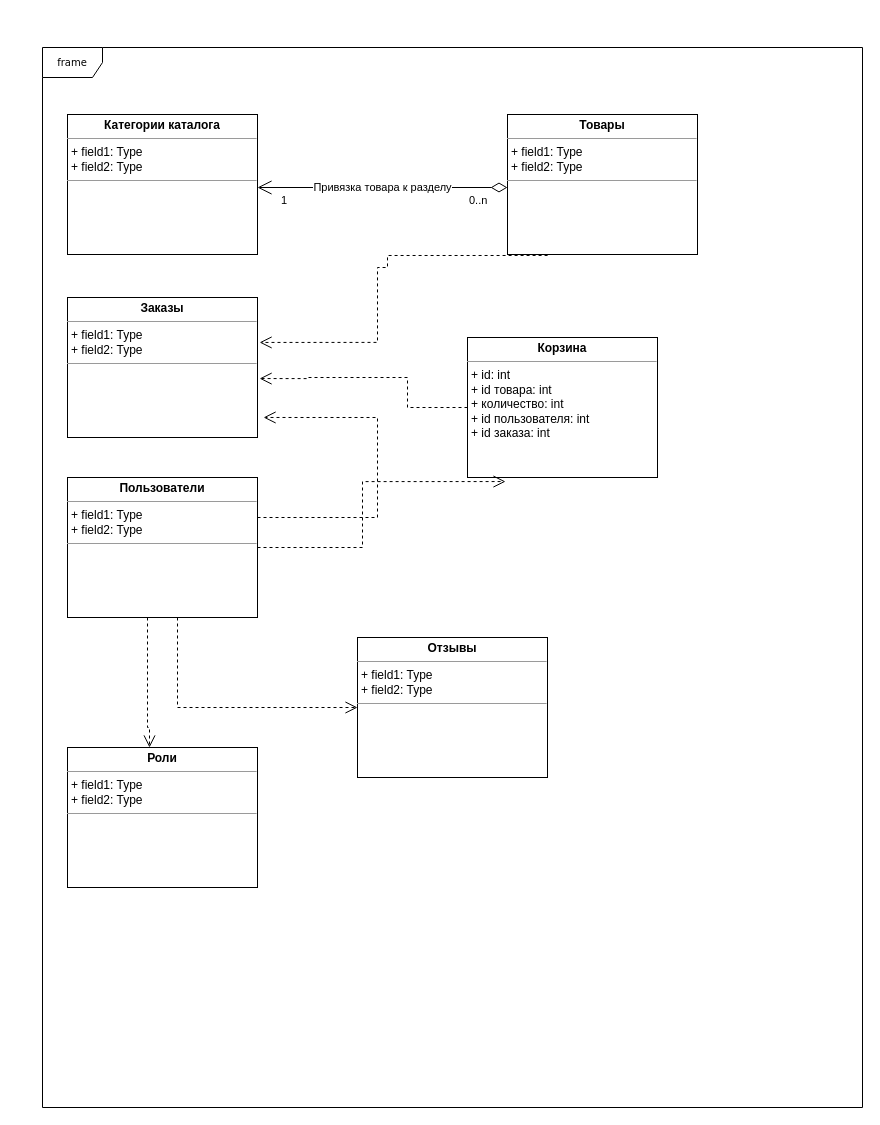
The draw.io diagram Диаграмма без названия.drawio in tanika135/batman, before the edit. Source tidied: cells renumbered, new cells numbered last; positions are measured from the earlier drawing's top-left corner, leaving out a move shared by most shapes. Both pictures are drawn from the tidied source at 100%, with x=0, y=0 at pixel (42, 47).
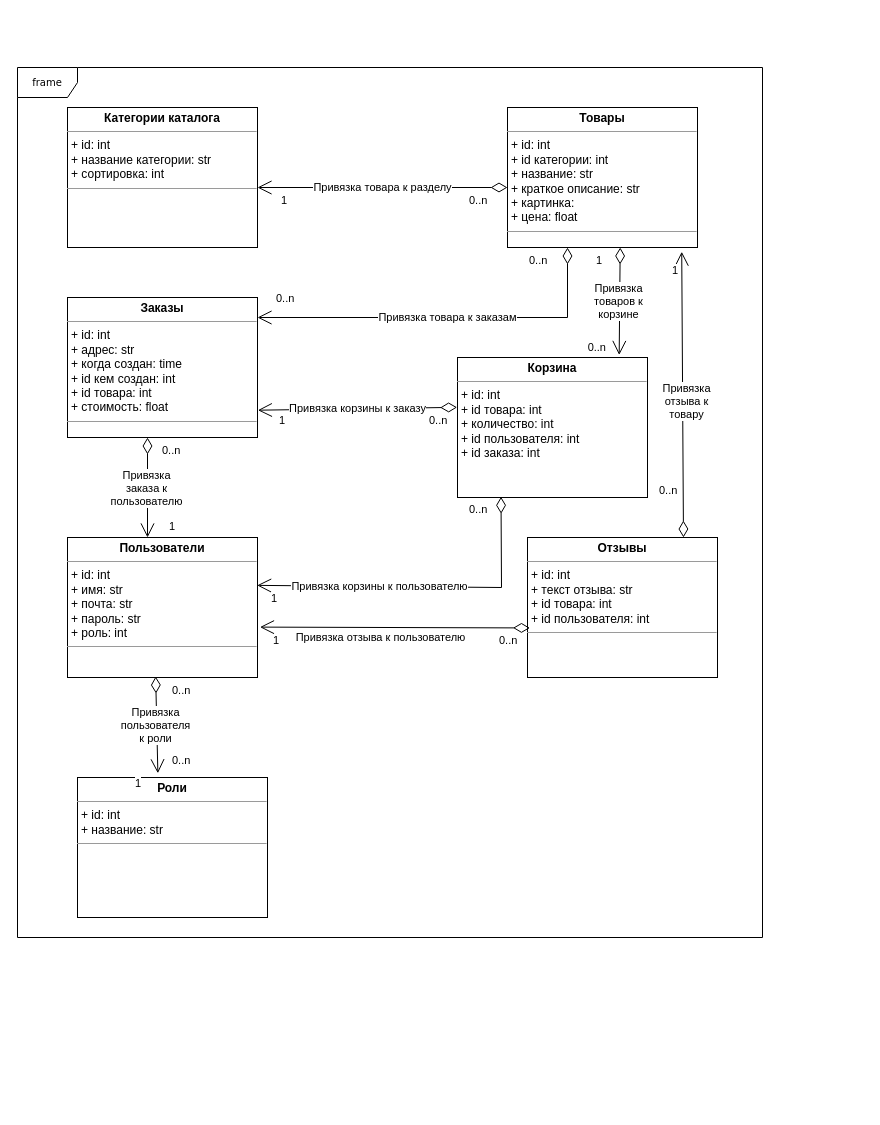
The same page after the edit.

Change to the diagram source:
```diff
@@
     <mxCell id="2" value="frame" style="shape=umlFrame;whiteSpace=wrap;html=1;rounded=0;shadow=0;comic=0;labelBackgroundColor=none;strokeWidth=1;fontFamily=Verdana;fontSize=10;align=center;" parent="1" vertex="1">
-      <mxGeometry width="820" height="1060" as="geometry" />
+      <mxGeometry x="-25" y="20" width="745" height="870" as="geometry" />
     </mxCell>
-    <mxCell id="3" value="&lt;p style=&quot;margin:0px;margin-top:4px;text-align:center;&quot;&gt;&lt;b&gt;Роли&lt;/b&gt;&lt;/p&gt;&lt;hr size=&quot;1&quot;&gt;&lt;p style=&quot;margin:0px;margin-left:4px;&quot;&gt;+ field1: Type&lt;br&gt;+ field2: Type&lt;/p&gt;&lt;hr size=&quot;1&quot;&gt;&lt;p style=&quot;margin:0px;margin-left:4px;&quot;&gt;&lt;br&gt;&lt;/p&gt;" style="verticalAlign=top;align=left;overflow=fill;fontSize=12;fontFamily=Helvetica;html=1;rounded=0;shadow=0;comic=0;labelBackgroundColor=none;strokeWidth=1;" parent="1" vertex="1">
-      <mxGeometry x="25" y="700" width="190" height="140" as="geometry" />
+    <mxCell id="3" value="&lt;p style=&quot;margin:0px;margin-top:4px;text-align:center;&quot;&gt;&lt;b&gt;Роли&lt;/b&gt;&lt;/p&gt;&lt;hr size=&quot;1&quot;&gt;&lt;p style=&quot;margin:0px;margin-left:4px;&quot;&gt;+&amp;nbsp;id: int&lt;br&gt;+ название: str&lt;/p&gt;&lt;hr size=&quot;1&quot;&gt;&lt;p style=&quot;margin:0px;margin-left:4px;&quot;&gt;&lt;br&gt;&lt;/p&gt;" style="verticalAlign=top;align=left;overflow=fill;fontSize=12;fontFamily=Helvetica;html=1;rounded=0;shadow=0;comic=0;labelBackgroundColor=none;strokeWidth=1;" parent="1" vertex="1">
+      <mxGeometry x="35" y="730" width="190" height="140" as="geometry" />
     </mxCell>
-    <mxCell id="4" value="&lt;p style=&quot;margin:0px;margin-top:4px;text-align:center;&quot;&gt;&lt;b&gt;Отзывы&lt;/b&gt;&lt;/p&gt;&lt;hr size=&quot;1&quot;&gt;&lt;p style=&quot;margin:0px;margin-left:4px;&quot;&gt;+ field1: Type&lt;br&gt;+ field2: Type&lt;/p&gt;&lt;hr size=&quot;1&quot;&gt;&lt;p style=&quot;margin:0px;margin-left:4px;&quot;&gt;&lt;br&gt;&lt;/p&gt;" style="verticalAlign=top;align=left;overflow=fill;fontSize=12;fontFamily=Helvetica;html=1;rounded=0;shadow=0;comic=0;labelBackgroundColor=none;strokeWidth=1;" parent="1" vertex="1">
-      <mxGeometry x="315" y="590" width="190" height="140" as="geometry" />
+    <mxCell id="4" value="&lt;p style=&quot;margin:0px;margin-top:4px;text-align:center;&quot;&gt;&lt;b&gt;Отзывы&lt;/b&gt;&lt;/p&gt;&lt;hr size=&quot;1&quot;&gt;&lt;p style=&quot;margin:0px;margin-left:4px;&quot;&gt;+&amp;nbsp;id: int&lt;br&gt;+ текст отзыва: str&lt;/p&gt;&lt;p style=&quot;margin:0px;margin-left:4px;&quot;&gt;+ id товара: int&lt;/p&gt;&lt;p style=&quot;margin:0px;margin-left:4px;&quot;&gt;+ id пользователя: int&lt;/p&gt;&lt;hr size=&quot;1&quot;&gt;&lt;p style=&quot;margin:0px;margin-left:4px;&quot;&gt;&lt;br&gt;&lt;/p&gt;" style="verticalAlign=top;align=left;overflow=fill;fontSize=12;fontFamily=Helvetica;html=1;rounded=0;shadow=0;comic=0;labelBackgroundColor=none;strokeWidth=1;" parent="1" vertex="1">
+      <mxGeometry x="485" y="490" width="190" height="140" as="geometry" />
     </mxCell>
     <mxCell id="5" value="&lt;p style=&quot;margin:0px;margin-top:4px;text-align:center;&quot;&gt;&lt;b style=&quot;background-color: initial;&quot;&gt;Корзина&lt;/b&gt;&lt;br&gt;&lt;/p&gt;&lt;hr size=&quot;1&quot;&gt;&lt;p style=&quot;margin:0px;margin-left:4px;&quot;&gt;+&amp;nbsp;&lt;span style=&quot;background-color: initial;&quot;&gt;id: int&lt;/span&gt;&lt;/p&gt;&lt;p style=&quot;margin:0px;margin-left:4px;&quot;&gt;+&amp;nbsp;id товара: int&lt;/p&gt;&lt;p style=&quot;margin:0px;margin-left:4px;&quot;&gt;+ количество: int&lt;/p&gt;&lt;p style=&quot;margin:0px;margin-left:4px;&quot;&gt;+ id пользователя: int&lt;/p&gt;&lt;p style=&quot;margin:0px;margin-left:4px;&quot;&gt;+ id заказа: int&lt;/p&gt;" style="verticalAlign=top;align=left;overflow=fill;fontSize=12;fontFamily=Helvetica;html=1;rounded=0;shadow=0;comic=0;labelBackgroundColor=none;strokeWidth=1;" parent="1" vertex="1">
-      <mxGeometry x="425" y="290" width="190" height="140" as="geometry" />
+      <mxGeometry x="415" y="310" width="190" height="140" as="geometry" />
     </mxCell>
-    <mxCell id="6" value="&lt;p style=&quot;margin:0px;margin-top:4px;text-align:center;&quot;&gt;&lt;b style=&quot;background-color: initial;&quot;&gt;Категории каталога&lt;/b&gt;&lt;br&gt;&lt;/p&gt;&lt;hr size=&quot;1&quot;&gt;&lt;p style=&quot;margin:0px;margin-left:4px;&quot;&gt;+ field1: Type&lt;br&gt;+ field2: Type&lt;/p&gt;&lt;hr size=&quot;1&quot;&gt;&lt;p style=&quot;margin:0px;margin-left:4px;&quot;&gt;&lt;br&gt;&lt;/p&gt;" style="verticalAlign=top;align=left;overflow=fill;fontSize=12;fontFamily=Helvetica;html=1;rounded=0;shadow=0;comic=0;labelBackgroundColor=none;strokeWidth=1;" parent="1" vertex="1">
-      <mxGeometry x="25" y="67" width="190" height="140" as="geometry" />
+    <mxCell id="6" value="&lt;p style=&quot;margin:0px;margin-top:4px;text-align:center;&quot;&gt;&lt;b style=&quot;background-color: initial;&quot;&gt;Категории каталога&lt;/b&gt;&lt;br&gt;&lt;/p&gt;&lt;hr size=&quot;1&quot;&gt;&lt;p style=&quot;margin:0px;margin-left:4px;&quot;&gt;+&amp;nbsp;id: int&lt;br&gt;+ название категории: str&lt;/p&gt;&lt;p style=&quot;margin:0px;margin-left:4px;&quot;&gt;+ сортировка: int&lt;/p&gt;&lt;hr size=&quot;1&quot;&gt;&lt;p style=&quot;margin:0px;margin-left:4px;&quot;&gt;&lt;br&gt;&lt;/p&gt;" style="verticalAlign=top;align=left;overflow=fill;fontSize=12;fontFamily=Helvetica;html=1;rounded=0;shadow=0;comic=0;labelBackgroundColor=none;strokeWidth=1;" parent="1" vertex="1">
+      <mxGeometry x="25" y="60" width="190" height="140" as="geometry" />
     </mxCell>
-    <mxCell id="7" style="edgeStyle=orthogonalEdgeStyle;rounded=0;html=1;dashed=1;labelBackgroundColor=none;startFill=0;endArrow=open;endFill=0;endSize=10;fontFamily=Verdana;fontSize=10;exitX=0.211;exitY=1.007;exitDx=0;exitDy=0;exitPerimeter=0;entryX=1.011;entryY=0.321;entryDx=0;entryDy=0;entryPerimeter=0;" parent="1" edge="1" source="15" target="9">
-      <mxGeometry relative="1" as="geometry">
-        <Array as="points">
-          <mxPoint x="345" y="208" />
-          <mxPoint x="345" y="220" />
-          <mxPoint x="335" y="220" />
-          <mxPoint x="335" y="295" />
-        </Array>
-      </mxGeometry>
-    </mxCell>
-    <mxCell id="8" style="edgeStyle=orthogonalEdgeStyle;rounded=0;html=1;dashed=1;labelBackgroundColor=none;startFill=0;endArrow=open;endFill=0;endSize=10;fontFamily=Verdana;fontSize=10;entryX=1.011;entryY=0.579;entryDx=0;entryDy=0;entryPerimeter=0;exitX=0;exitY=0.5;exitDx=0;exitDy=0;" parent="1" edge="1" source="5" target="9">
-      <mxGeometry relative="1" as="geometry">
-        <Array as="points">
-          <mxPoint x="365" y="330" />
-          <mxPoint x="265" y="330" />
-          <mxPoint x="265" y="331" />
-        </Array>
-      </mxGeometry>
-    </mxCell>
-    <mxCell id="9" value="&lt;p style=&quot;margin:0px;margin-top:4px;text-align:center;&quot;&gt;&lt;b style=&quot;background-color: initial;&quot;&gt;Заказы&lt;/b&gt;&lt;br&gt;&lt;/p&gt;&lt;hr size=&quot;1&quot;&gt;&lt;p style=&quot;margin:0px;margin-left:4px;&quot;&gt;+ field1: Type&lt;br&gt;+ field2: Type&lt;/p&gt;&lt;hr size=&quot;1&quot;&gt;&lt;p style=&quot;margin:0px;margin-left:4px;&quot;&gt;&lt;br&gt;&lt;/p&gt;" style="verticalAlign=top;align=left;overflow=fill;fontSize=12;fontFamily=Helvetica;html=1;rounded=0;shadow=0;comic=0;labelBackgroundColor=none;strokeWidth=1;" parent="1" vertex="1">
+    <mxCell id="9" value="&lt;p style=&quot;margin:0px;margin-top:4px;text-align:center;&quot;&gt;&lt;b style=&quot;background-color: initial;&quot;&gt;Заказы&lt;/b&gt;&lt;br&gt;&lt;/p&gt;&lt;hr size=&quot;1&quot;&gt;&lt;p style=&quot;margin:0px;margin-left:4px;&quot;&gt;+&amp;nbsp;id: int&lt;br&gt;+ адрес: str&lt;/p&gt;&lt;p style=&quot;margin:0px;margin-left:4px;&quot;&gt;+ когда создан: time&lt;br&gt;&lt;/p&gt;&lt;p style=&quot;margin:0px;margin-left:4px;&quot;&gt;+ id кем создан: int&lt;br&gt;&lt;/p&gt;&lt;p style=&quot;margin:0px;margin-left:4px;&quot;&gt;+ id товара: int&lt;/p&gt;&lt;p style=&quot;margin:0px;margin-left:4px;&quot;&gt;+ стоимость: float&lt;/p&gt;&lt;hr size=&quot;1&quot;&gt;&lt;p style=&quot;margin:0px;margin-left:4px;&quot;&gt;&lt;br&gt;&lt;/p&gt;" style="verticalAlign=top;align=left;overflow=fill;fontSize=12;fontFamily=Helvetica;html=1;rounded=0;shadow=0;comic=0;labelBackgroundColor=none;strokeWidth=1;" parent="1" vertex="1">
       <mxGeometry x="25" y="250" width="190" height="140" as="geometry" />
     </mxCell>
-    <mxCell id="10" style="edgeStyle=orthogonalEdgeStyle;rounded=0;html=1;dashed=1;labelBackgroundColor=none;startFill=0;endArrow=open;endFill=0;endSize=10;fontFamily=Verdana;fontSize=10;entryX=1.032;entryY=0.857;entryDx=0;entryDy=0;entryPerimeter=0;" parent="1" edge="1" source="14" target="9">
-      <mxGeometry relative="1" as="geometry">
-        <Array as="points">
-          <mxPoint x="335" y="470" />
-          <mxPoint x="335" y="370" />
-        </Array>
-      </mxGeometry>
-    </mxCell>
-    <mxCell id="11" style="edgeStyle=orthogonalEdgeStyle;rounded=0;html=1;dashed=1;labelBackgroundColor=none;startFill=0;endArrow=open;endFill=0;endSize=10;fontFamily=Verdana;fontSize=10;entryX=0.2;entryY=1.029;entryDx=0;entryDy=0;entryPerimeter=0;" parent="1" edge="1" source="14" target="5">
-      <mxGeometry relative="1" as="geometry" />
-    </mxCell>
-    <mxCell id="12" style="edgeStyle=orthogonalEdgeStyle;rounded=0;html=1;dashed=1;labelBackgroundColor=none;startFill=0;endArrow=open;endFill=0;endSize=10;fontFamily=Verdana;fontSize=10;" parent="1" edge="1" source="14" target="4">
-      <mxGeometry relative="1" as="geometry">
-        <Array as="points">
-          <mxPoint x="135" y="660" />
-        </Array>
-      </mxGeometry>
-    </mxCell>
-    <mxCell id="13" style="edgeStyle=orthogonalEdgeStyle;rounded=0;html=1;dashed=1;labelBackgroundColor=none;startFill=0;endArrow=open;endFill=0;endSize=10;fontFamily=Verdana;fontSize=10;" parent="1" edge="1" source="14" target="3">
-      <mxGeometry relative="1" as="geometry">
-        <Array as="points">
-          <mxPoint x="105" y="680" />
-          <mxPoint x="107" y="680" />
-        </Array>
-      </mxGeometry>
-    </mxCell>
-    <mxCell id="14" value="&lt;p style=&quot;margin:0px;margin-top:4px;text-align:center;&quot;&gt;&lt;b&gt;Пользователи&lt;/b&gt;&lt;br&gt;&lt;/p&gt;&lt;hr size=&quot;1&quot;&gt;&lt;p style=&quot;margin:0px;margin-left:4px;&quot;&gt;+ field1: Type&lt;br&gt;+ field2: Type&lt;/p&gt;&lt;hr size=&quot;1&quot;&gt;&lt;p style=&quot;margin:0px;margin-left:4px;&quot;&gt;&lt;br&gt;&lt;/p&gt;" style="verticalAlign=top;align=left;overflow=fill;fontSize=12;fontFamily=Helvetica;html=1;rounded=0;shadow=0;comic=0;labelBackgroundColor=none;strokeWidth=1;" parent="1" vertex="1">
-      <mxGeometry x="25" y="430" width="190" height="140" as="geometry" />
+    <mxCell id="14" value="&lt;p style=&quot;margin:0px;margin-top:4px;text-align:center;&quot;&gt;&lt;b&gt;Пользователи&lt;/b&gt;&lt;br&gt;&lt;/p&gt;&lt;hr size=&quot;1&quot;&gt;&lt;p style=&quot;margin:0px;margin-left:4px;&quot;&gt;+&amp;nbsp;id: int&lt;br&gt;+ имя: str&lt;/p&gt;&lt;p style=&quot;margin:0px;margin-left:4px;&quot;&gt;+ почта: str&lt;/p&gt;&lt;p style=&quot;margin:0px;margin-left:4px;&quot;&gt;+ пароль: str&lt;/p&gt;&lt;p style=&quot;margin:0px;margin-left:4px;&quot;&gt;+ роль: int&lt;/p&gt;&lt;hr size=&quot;1&quot;&gt;&lt;p style=&quot;margin:0px;margin-left:4px;&quot;&gt;&lt;br&gt;&lt;/p&gt;" style="verticalAlign=top;align=left;overflow=fill;fontSize=12;fontFamily=Helvetica;html=1;rounded=0;shadow=0;comic=0;labelBackgroundColor=none;strokeWidth=1;" parent="1" vertex="1">
+      <mxGeometry x="25" y="490" width="190" height="140" as="geometry" />
     </mxCell>
-    <mxCell id="15" value="&lt;p style=&quot;margin:0px;margin-top:4px;text-align:center;&quot;&gt;&lt;b style=&quot;background-color: initial;&quot;&gt;Товары&lt;/b&gt;&lt;br&gt;&lt;/p&gt;&lt;hr size=&quot;1&quot;&gt;&lt;p style=&quot;margin:0px;margin-left:4px;&quot;&gt;+ field1: Type&lt;br&gt;+ field2: Type&lt;/p&gt;&lt;hr size=&quot;1&quot;&gt;&lt;p style=&quot;margin:0px;margin-left:4px;&quot;&gt;&lt;br&gt;&lt;/p&gt;" style="verticalAlign=top;align=left;overflow=fill;fontSize=12;fontFamily=Helvetica;html=1;rounded=0;shadow=0;comic=0;labelBackgroundColor=none;strokeWidth=1;" parent="1" vertex="1">
-      <mxGeometry x="465" y="67" width="190" height="140" as="geometry" />
+    <mxCell id="15" value="&lt;p style=&quot;margin:0px;margin-top:4px;text-align:center;&quot;&gt;&lt;b style=&quot;background-color: initial;&quot;&gt;Товары&lt;/b&gt;&lt;br&gt;&lt;/p&gt;&lt;hr size=&quot;1&quot;&gt;&lt;p style=&quot;margin:0px;margin-left:4px;&quot;&gt;+&amp;nbsp;id: int&lt;/p&gt;&lt;p style=&quot;margin:0px;margin-left:4px;&quot;&gt;+ id категории: int&lt;br&gt;+ название: str&lt;/p&gt;&lt;p style=&quot;margin:0px;margin-left:4px;&quot;&gt;+ краткое описание: str&lt;/p&gt;&lt;p style=&quot;margin:0px;margin-left:4px;&quot;&gt;+ картинка:&amp;nbsp;&lt;/p&gt;&lt;p style=&quot;margin:0px;margin-left:4px;&quot;&gt;+ цена: float&lt;/p&gt;&lt;hr size=&quot;1&quot;&gt;&lt;p style=&quot;margin:0px;margin-left:4px;&quot;&gt;&lt;br&gt;&lt;/p&gt;" style="verticalAlign=top;align=left;overflow=fill;fontSize=12;fontFamily=Helvetica;html=1;rounded=0;shadow=0;comic=0;labelBackgroundColor=none;strokeWidth=1;" parent="1" vertex="1">
+      <mxGeometry x="465" y="60" width="190" height="140" as="geometry" />
     </mxCell>
@@
+    <mxCell id="19" value="Привязка товара к заказам" style="endArrow=open;html=1;endSize=12;startArrow=diamondThin;startSize=14;startFill=0;edgeStyle=orthogonalEdgeStyle;rounded=0;" parent="1" edge="1" source="15">
+      <mxGeometry relative="1" as="geometry">
+        <mxPoint x="215" y="270" as="targetPoint" />
+        <Array as="points">
+          <mxPoint x="525" y="270" />
+        </Array>
+      </mxGeometry>
+    </mxCell>
+    <mxCell id="20" value="0..n" style="edgeLabel;html=1;align=left;verticalAlign=top;" parent="19" vertex="1">
+      <mxGeometry x="-1" relative="1" as="geometry">
+        <mxPoint x="-40" as="offset" />
+      </mxGeometry>
+    </mxCell>
+    <mxCell id="8" value="Привязка корзины к заказу" style="endArrow=open;html=1;endSize=12;startArrow=diamondThin;startSize=14;startFill=0;rounded=0;entryX=1.002;entryY=0.805;entryDx=0;entryDy=0;entryPerimeter=0;exitX=-0.002;exitY=0.356;exitDx=0;exitDy=0;exitPerimeter=0;" parent="1" edge="1" source="5" target="9">
+      <mxGeometry relative="1" as="geometry" />
+    </mxCell>
+    <mxCell id="21" value="0..n" style="edgeLabel;html=1;align=left;verticalAlign=top;" parent="8" vertex="1">
+      <mxGeometry x="-1" relative="1" as="geometry">
+        <mxPoint x="-30" as="offset" />
+      </mxGeometry>
+    </mxCell>
+    <mxCell id="22" value="1" style="edgeLabel;html=1;align=right;verticalAlign=top;" parent="8" vertex="1">
+      <mxGeometry x="1" relative="1" as="geometry">
+        <mxPoint x="27" y="-3" as="offset" />
+      </mxGeometry>
+    </mxCell>
+    <mxCell id="23" value="Привязка&lt;br&gt;отзыва к&lt;br&gt;товару" style="endArrow=open;html=1;endSize=12;startArrow=diamondThin;startSize=14;startFill=0;rounded=0;entryX=0.917;entryY=1.03;entryDx=0;entryDy=0;entryPerimeter=0;exitX=0.821;exitY=0;exitDx=0;exitDy=0;exitPerimeter=0;" parent="1" edge="1" source="4" target="15">
+      <mxGeometry x="-0.05" y="-4" relative="1" as="geometry" />
+    </mxCell>
+    <mxCell id="24" value="Привязка корзины к пользователю" style="endArrow=open;html=1;endSize=12;startArrow=diamondThin;startSize=14;startFill=0;rounded=0;entryX=0.998;entryY=0.342;entryDx=0;entryDy=0;entryPerimeter=0;exitX=0.229;exitY=0.995;exitDx=0;exitDy=0;exitPerimeter=0;" parent="1" edge="1" source="5" target="14">
+      <mxGeometry x="0.27" relative="1" as="geometry">
+        <Array as="points">
+          <mxPoint x="459" y="540" />
+        </Array>
+      </mxGeometry>
+    </mxCell>
+    <mxCell id="25" value="0..n" style="edgeLabel;html=1;align=left;verticalAlign=top;" parent="24" vertex="1">
+      <mxGeometry x="-1" relative="1" as="geometry">
+        <mxPoint x="-34" as="offset" />
+      </mxGeometry>
+    </mxCell>
+    <mxCell id="26" value="1" style="edgeLabel;html=1;align=right;verticalAlign=top;" parent="24" vertex="1">
+      <mxGeometry x="1" relative="1" as="geometry">
+        <mxPoint x="20" as="offset" />
+      </mxGeometry>
+    </mxCell>
+    <mxCell id="13" value="Привязка&lt;br&gt;пользователя &lt;br&gt;к роли" style="endArrow=open;html=1;endSize=12;startArrow=diamondThin;startSize=14;startFill=0;rounded=0;exitX=0.464;exitY=0.993;exitDx=0;exitDy=0;exitPerimeter=0;entryX=0.423;entryY=-0.03;entryDx=0;entryDy=0;entryPerimeter=0;" parent="1" edge="1" source="14" target="3">
+      <mxGeometry x="0.01" y="-1" relative="1" as="geometry" />
+    </mxCell>
+    <mxCell id="27" value="1" style="edgeLabel;html=1;align=right;verticalAlign=top;" parent="13" vertex="1">
+      <mxGeometry x="1" relative="1" as="geometry">
+        <mxPoint x="-16" y="-3" as="offset" />
+      </mxGeometry>
+    </mxCell>
+    <mxCell id="28" value="0..n" style="edgeLabel;html=1;align=left;verticalAlign=top;" parent="1" vertex="1">
+      <mxGeometry x="515" y="170" as="geometry">
+        <mxPoint x="-283" y="68" as="offset" />
+      </mxGeometry>
+    </mxCell>
+    <mxCell id="29" value="1" style="edgeLabel;html=1;align=right;verticalAlign=top;" parent="1" vertex="1">
+      <mxGeometry x="567" y="-30" as="geometry">
+        <mxPoint x="-7" y="230" as="offset" />
+      </mxGeometry>
+    </mxCell>
+    <mxCell id="30" value="0..n" style="edgeLabel;html=1;align=left;verticalAlign=top;" parent="1" vertex="1">
+      <mxGeometry x="615" y="430" as="geometry" />
+    </mxCell>
+    <mxCell id="31" value="0..n" style="edgeLabel;html=1;align=left;verticalAlign=top;" parent="1" vertex="1">
+      <mxGeometry x="515" y="230" as="geometry">
+        <mxPoint x="-387" y="400" as="offset" />
+      </mxGeometry>
+    </mxCell>
+    <mxCell id="32" value="0..n" style="edgeLabel;html=1;align=left;verticalAlign=top;" parent="1" vertex="1">
+      <mxGeometry x="515" y="300" as="geometry">
+        <mxPoint x="-387" y="400" as="offset" />
+      </mxGeometry>
+    </mxCell>
+    <mxCell id="33" value="Привязка отзыва к пользователю" style="endArrow=open;html=1;endSize=12;startArrow=diamondThin;startSize=14;startFill=0;rounded=0;exitX=0.013;exitY=0.646;exitDx=0;exitDy=0;exitPerimeter=0;entryX=1.013;entryY=0.64;entryDx=0;entryDy=0;entryPerimeter=0;" parent="1" edge="1" source="4" target="14">
+      <mxGeometry x="0.1" y="10" relative="1" as="geometry" />
+    </mxCell>
+    <mxCell id="34" value="0..n" style="edgeLabel;html=1;align=left;verticalAlign=top;" parent="33" vertex="1">
+      <mxGeometry x="-1" relative="1" as="geometry">
+        <mxPoint x="-32" as="offset" />
+      </mxGeometry>
+    </mxCell>
+    <mxCell id="35" value="1" style="edgeLabel;html=1;align=right;verticalAlign=top;" parent="33" vertex="1">
+      <mxGeometry x="1" relative="1" as="geometry">
+        <mxPoint x="20" as="offset" />
+      </mxGeometry>
+    </mxCell>
+    <mxCell id="36" value="Привязка&lt;br&gt;заказа к&lt;br&gt;пользователю" style="endArrow=open;html=1;endSize=12;startArrow=diamondThin;startSize=14;startFill=0;rounded=0;exitX=0.464;exitY=0.993;exitDx=0;exitDy=0;exitPerimeter=0;" parent="1" edge="1">
+      <mxGeometry x="0.01" y="-1" relative="1" as="geometry">
+        <mxPoint x="105" y="390" as="sourcePoint" />
+        <mxPoint x="105" y="490" as="targetPoint" />
+      </mxGeometry>
+    </mxCell>
+    <mxCell id="37" value="0..n" style="edgeLabel;html=1;align=left;verticalAlign=top;" parent="1" vertex="1">
+      <mxGeometry x="505" y="-10" as="geometry">
+        <mxPoint x="-387" y="400" as="offset" />
+      </mxGeometry>
+    </mxCell>
+    <mxCell id="38" value="1" style="edgeLabel;html=1;align=left;verticalAlign=top;" parent="1" vertex="1">
+      <mxGeometry x="125" y="466" as="geometry" />
+    </mxCell>
+    <mxCell id="39" value="Привязка&lt;br&gt;товаров к &lt;br&gt;корзине" style="endArrow=open;html=1;endSize=12;startArrow=diamondThin;startSize=14;startFill=0;rounded=0;exitX=0.464;exitY=0.993;exitDx=0;exitDy=0;exitPerimeter=0;entryX=0.851;entryY=-0.018;entryDx=0;entryDy=0;entryPerimeter=0;" parent="1" edge="1" target="5">
+      <mxGeometry x="0.01" y="-1" relative="1" as="geometry">
+        <mxPoint x="577.7" y="200" as="sourcePoint" />
+      </mxGeometry>
+    </mxCell>
+    <mxCell id="40" value="1" style="edgeLabel;html=1;align=right;verticalAlign=top;" parent="1" vertex="1">
+      <mxGeometry x="643.2" y="-20" as="geometry">
+        <mxPoint x="-7" y="230" as="offset" />
+      </mxGeometry>
+    </mxCell>
+    <mxCell id="41" value="0..n" style="edgeLabel;html=1;align=right;verticalAlign=top;" parent="1" vertex="1">
+      <mxGeometry x="571" y="57" as="geometry">
+        <mxPoint x="-7" y="230" as="offset" />
+      </mxGeometry>
+    </mxCell>
```
